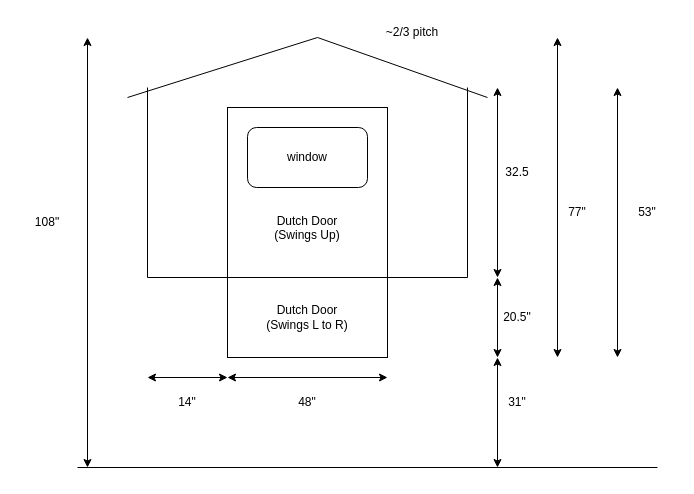
The draw.io diagram docs/9_Random_Write_Ups/Truck/back.drawio in tanner-johnson2718/configs, before the edit. Source tidied: cells renumbered, new cells numbered last; positions are measured from the earlier drawing's top-left corner, leaving out a move shared by most shapes. Both pictures are drawn from the tidied source at 100%, with x=0, y=0 at pixel (17, 17).
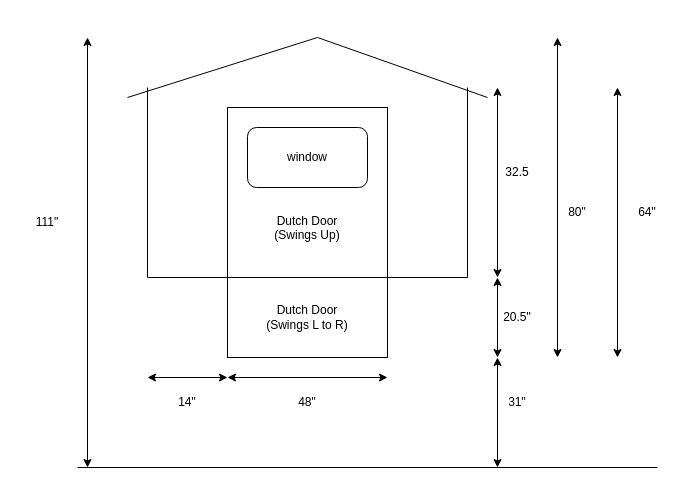
The same page after the edit.

What changed in the source:
```diff
@@
-    <mxCell id="24" value="108&quot;" style="text;html=1;align=center;verticalAlign=middle;whiteSpace=wrap;rounded=0;" parent="1" vertex="1">
+    <mxCell id="24" value="111&quot;" style="text;html=1;align=center;verticalAlign=middle;whiteSpace=wrap;rounded=0;" parent="1" vertex="1">
       <mxGeometry y="190" width="60" height="30" as="geometry" />
     </mxCell>
@@
-    <mxCell id="28" value="77&quot;" style="text;html=1;align=center;verticalAlign=middle;whiteSpace=wrap;rounded=0;" parent="1" vertex="1">
+    <mxCell id="28" value="80&quot;" style="text;html=1;align=center;verticalAlign=middle;whiteSpace=wrap;rounded=0;" parent="1" vertex="1">
       <mxGeometry x="530" y="180" width="60" height="30" as="geometry" />
     </mxCell>
@@
-    <mxCell id="30" value="53&quot;" style="text;html=1;align=center;verticalAlign=middle;whiteSpace=wrap;rounded=0;" parent="1" vertex="1">
+    <mxCell id="30" value="64&quot;" style="text;html=1;align=center;verticalAlign=middle;whiteSpace=wrap;rounded=0;" parent="1" vertex="1">
       <mxGeometry x="600" y="180" width="60" height="30" as="geometry" />
     </mxCell>
-    <mxCell id="31" value="~2/3 pitch" style="text;html=1;align=center;verticalAlign=middle;whiteSpace=wrap;rounded=0;" parent="1" vertex="1">
-      <mxGeometry x="330" width="130" height="30" as="geometry" />
-    </mxCell>
```
